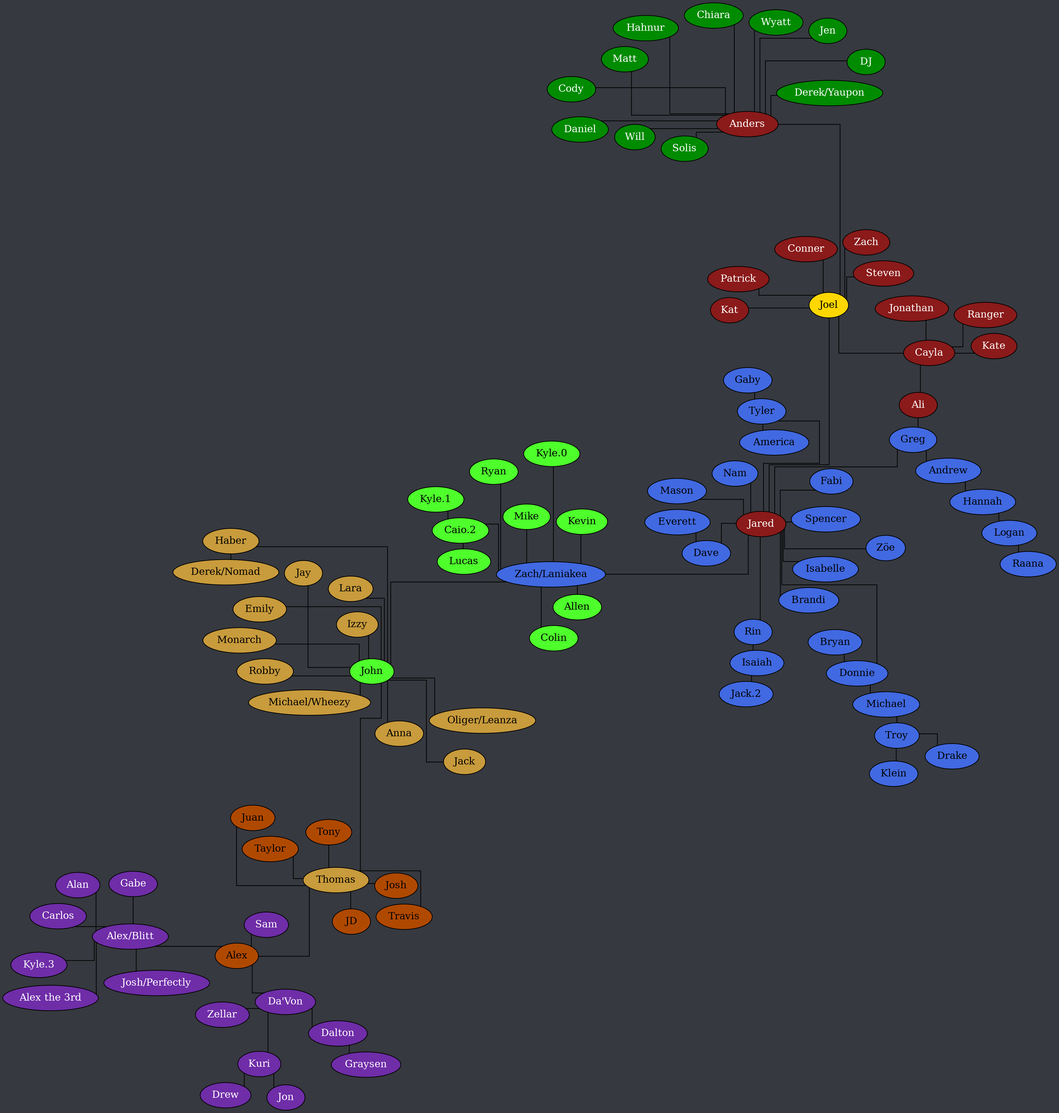
The Graphviz diagram tree.png in Documidas/CoronaCatzFamilyTree, before a commit. Its source is kept beside it as tree.dot.
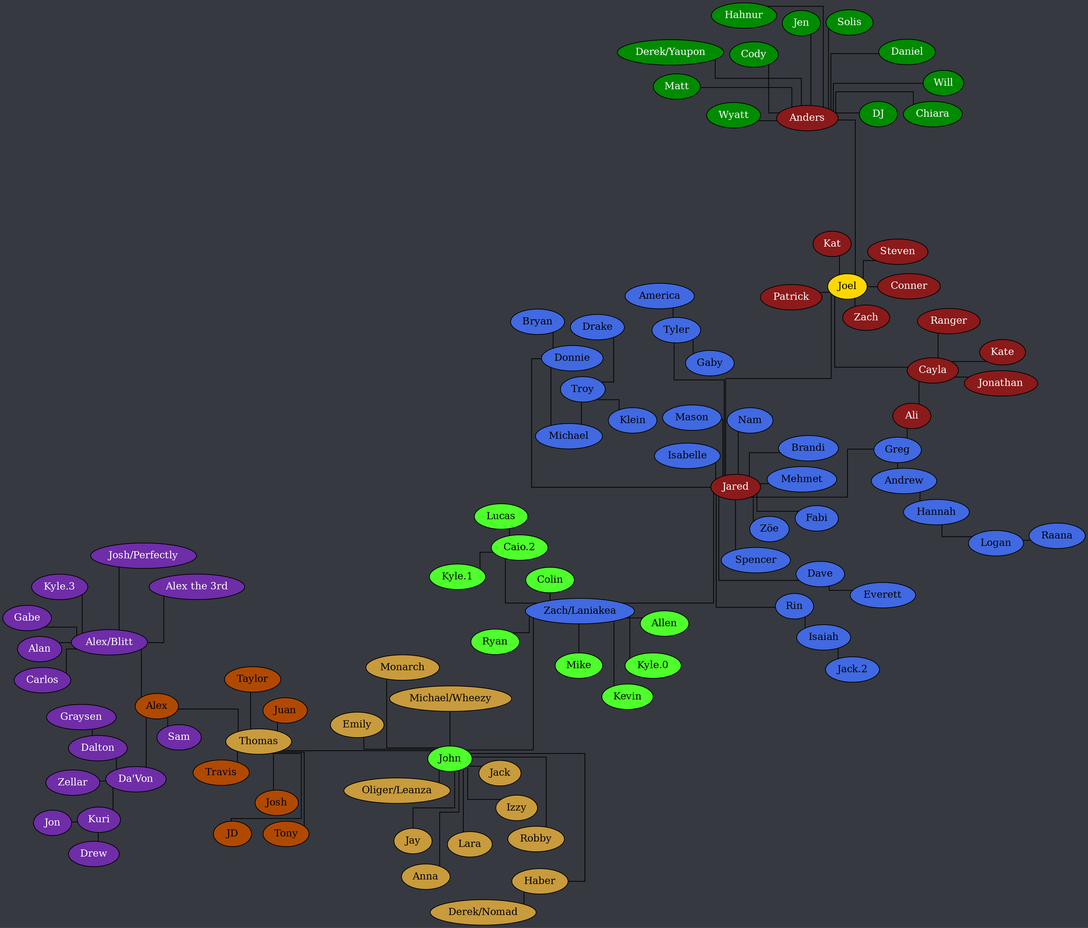
The same diagram one commit later.

Diff of the diagram source:
```diff
@@ -63,6 +63,7 @@
 		Jared -- Greg;
 		Jared -- Isabelle;
 		Jared -- Mason;
+		Jared -- Mehmet;
 		Jared -- Nam;
 		Jared -- Rin;
 		Jared -- Spencer;
```
